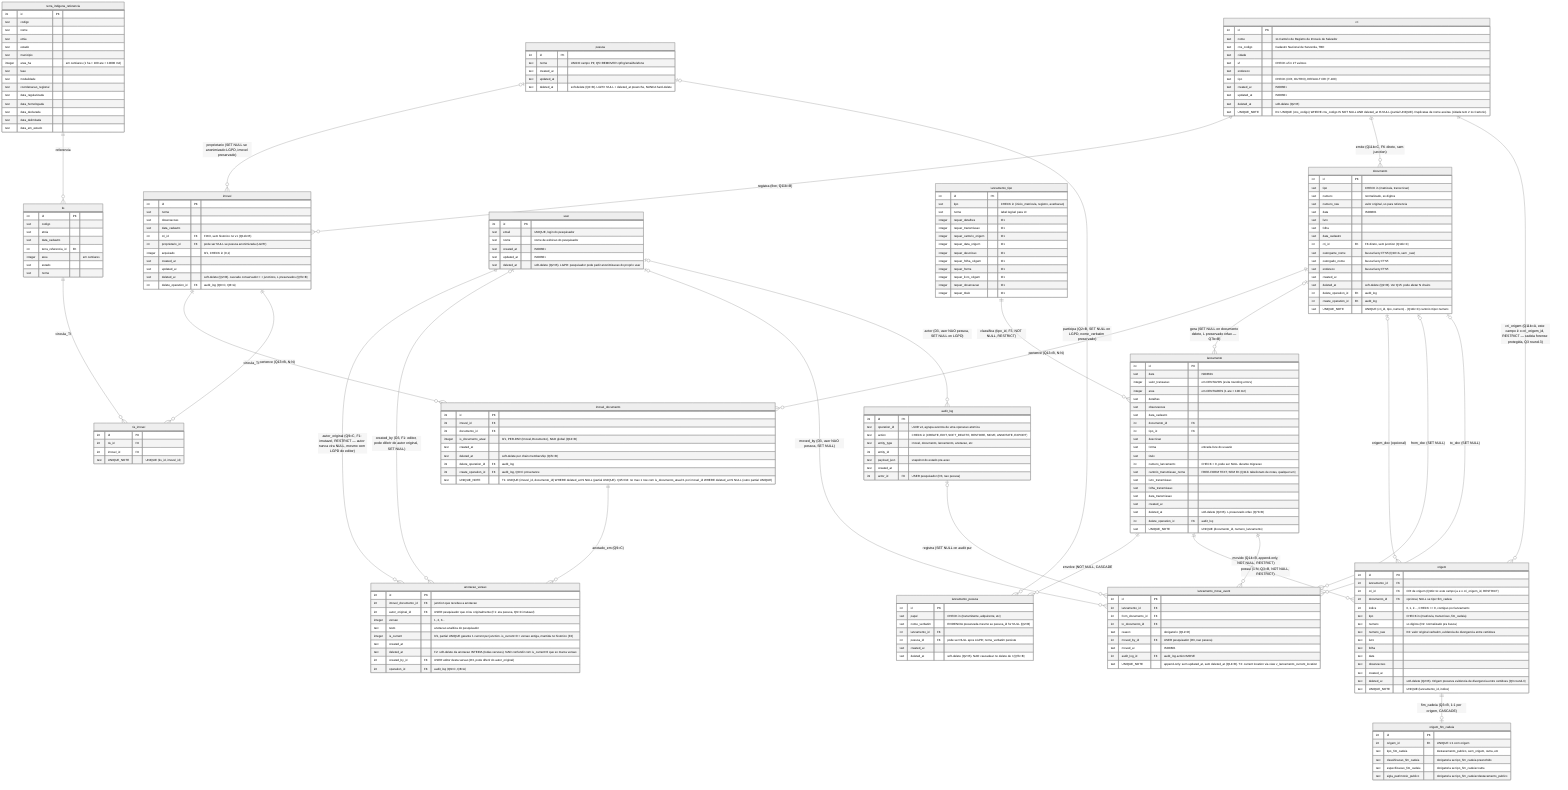
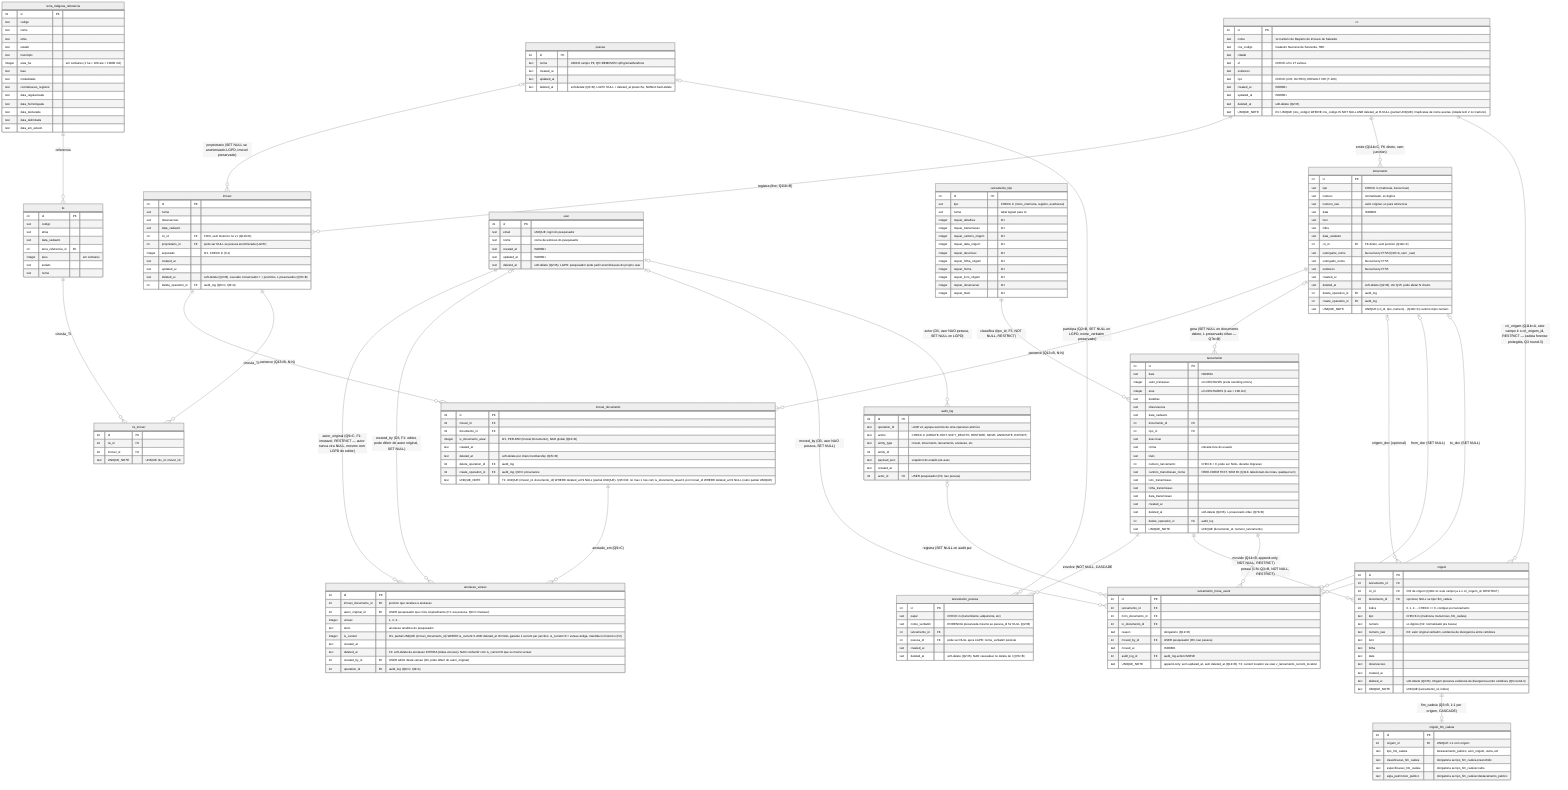
%%{init: {"theme":"neutral","er":{"layoutDirection":"LR","minEntityWidth":180,"minEntityHeight":90,"entityPadding":12},"themeVariables":{"fontSize":"12px"}}}%%
%% ERD v2 — Cadeia Dominial
%% Decisões: ver docs/db/SCHEMA_DECISOES_PENDENTES.md (Q1-Q15, Q11b, D1-D4, T1-T4)
%% Convenções SQLite/D1: TEXT ISO8601 p/ datas, INTEGER 0/1 p/ bool, INTEGER centavos p/ money
%% CHECK constraints vão via migration Drizzle (Mermaid interpreta -- e | em comentários)
%% Soft-delete: deleted_at TEXT NULL em todas as tabelas relevantes (Q2=B)
%% T-100 (2026-06-04): adicionado `cri.tipo` (CHECK CRI/OUTRO) p/ paridade com Django Cartorios
%% ============================================================================
%% ⚠️ T4 — Mermaid NÃO é schema. UNIQUE_NOTE é só documentação visual.
%%    A versão canônica é a Drizzle migration (T-101). Partial UNIQUE indexes
%%    (`WHERE deleted_at IS NULL`), CHECK constraints, FTS5 sync triggers,
%%    e a view v_lancamento_current_location (T2) NÃO aparecem no .mmd —
%%    aplicar via migration Drizzle + SQL DDL.
%% ============================================================================
erDiagram
    cri ||--o{ imovel : "registra (fixo, Q11b=B)"
    cri ||--o{ documento : "emite (Q11b=C, FK direto, sem junction)"
    imovel ||--o{ imovel_documento : "pertence (Q13=B, N:N)"
    documento ||--o{ imovel_documento : "pertence (Q13=B, N:N)"
    imovel_documento ||--o{ anotacao_versao : "anotado_em (Q9=C)"
    user ||--o{ anotacao_versao : "autor_original (Q9=C, F1: imutavel, RESTRICT — autor nunca vira NULL, mesmo com LGPD do editor)"
    user o|--o{ anotacao_versao : "created_by (D3, F1: editor, pode diferir do autor original, SET NULL)"
    user o|--o{ lancamento_move_event : "moved_by (D3, user NAO pessoa, SET NULL)"
    user o|--o{ audit_log : "actor (D3, user NAO pessoa, SET NULL on LGPD)"
    pessoa o|--o{ imovel : "proprietario (SET NULL se anonimizado LGPD, imovel preservado)"
    pessoa o|--o{ lancamento_pessoa : "participa (Q2=B, SET NULL on LGPD, nome_verbatim preservado)"
    lancamento ||--o{ lancamento_pessoa : "envolve (NOT NULL, CASCADE)"
    lancamento_tipo ||--o{ lancamento : "classifica (tipo_id, F3, NOT NULL, RESTRICT)"
    documento o|--o{ lancamento : "gera (SET NULL on documento delete, L preservado orfao — Q7b=B)"
    documento o|--o{ origem : "origem_doc (opcional)"
    lancamento ||--o{ origem : "possui (1:N, Q3=B, NOT NULL, RESTRICT)"
    origem ||--o| origem_fim_cadeia : "fim_cadeia (Q3=B, 1:1 por origem, CASCADE)"
    cri ||--o{ origem : "cri_origem (Q11b=A, este campo é o cri_origem_id, RESTRICT — cadeia forense protegida, Q3 round-3)"
    lancamento ||--o{ lancamento_move_event : "movido (Q14=B, append-only, NOT NULL, RESTRICT)"
    documento o|--o{ lancamento_move_event : "from_doc (SET NULL)"
    documento o|--o{ lancamento_move_event : "to_doc (SET NULL)"
    audit_log o|--o{ lancamento_move_event : "registra (SET NULL on audit purge)"
    imovel ||--o{ tis_imovel : "vincula_TI"
    tis ||--o{ tis_imovel : "vincula_TI"
    terra_indigena_referencia ||--o{ tis : "referencia"

    cri {
        int id PK
        text nome "1o Cartorio de Registro de Imoveis de Salvador"
        text cns_codigo "Cadastro Nacional de Serventia, TBD"
        text cidade
        text uf "CHECK uf in 27 valores"
        text endereco
        text tipo "CHECK (CRI, OUTRO), DEFAULT CRI (T-100)"
        text created_at "ISO8601"
        text updated_at "ISO8601"
        text deleted_at "soft-delete (Q2=B)"
        text UNIQUE_NOTE "D1: UNIQUE (cns_codigo) WHERE cns_codigo IS NOT NULL AND deleted_at IS NULL (partial UNIQUE). Duplicatas de nome aceitas (cidade tem 2 1o Cartorio)."
    }

    user {
        int id PK
        text email "UNIQUE, login do pesquisador"
        text nome "nome de exibicao do pesquisador"
        text created_at "ISO8601"
        text updated_at "ISO8601"
        text deleted_at "soft-delete (Q2=B). LGPD: pesquisador pode pedir anonimizacao do proprio user"
    }

    pessoa {
        int id PK
        text nome "UNICO campo PII; Q5=REMOVER cpf/rg/email/telefone"
        text created_at
        text updated_at
        text deleted_at "soft-delete (Q2=B). LGPD: NULL + deleted_at preenche, NUNCA hard-delete"
    }

    imovel {
        int id PK
        text nome
        text observacoes
        text data_cadastro
        int cri_id FK "FIXO, sem historico no v1 (Q11b=B)"
        int proprietario_id FK "pode ser NULL se pessoa anonimizada (LGPD)"
        integer arquivado "0/1, CHECK in (0,1)"
        text created_at
        text updated_at
        text deleted_at "soft-delete (Q2=B). cascade conservador: I + junctions, L preservados (Q7b=B)"
        int delete_operation_id FK "audit_log (Q9=C, Q8=A)"
    }

    imovel_documento {
        int id PK
        int imovel_id FK
        int documento_id FK
        integer is_documento_atual "0/1, PER-PAR (Imovel,Documento), NAO global (Q13=B)"
        text created_at
        text deleted_at "soft-delete per chain membership (Q7b=B)"
        int delete_operation_id FK "audit_log"
        int create_operation_id FK "audit_log, Q9=C provenance"
        text UNIQUE_NOTE "T1: UNIQUE (imovel_id, documento_id) WHERE deleted_at IS NULL (partial UNIQUE). Q15=D4: no max 1 row com is_documento_atual=1 por imovel_id WHERE deleted_at IS NULL (outro partial UNIQUE)"
    }

    documento {
        int id PK
        text tipo "CHECK in (matricula, transcricao)"
        text numero "normalizado, so digitos"
        text numero_raw "valor original, so para referencia"
        text data "ISO8601"
        text livro
        text folha
        text data_cadastro
        int cri_id FK "FK direto, sem junction (Q11b=C)"
        text outorgante_nome "busca fuzzy FTS5 (Q10=A, sem _raw)"
        text outorgado_nome "busca fuzzy FTS5"
        text endereco "busca fuzzy FTS5"
        text created_at
        text deleted_at "soft-delete (Q2=B). Ver Q15: pode afetar N chains"
        int delete_operation_id FK "audit_log"
        int create_operation_id FK "audit_log"
        text UNIQUE_NOTE "UNIQUE (cri_id, tipo, numero) - (Q11b=C) cartorio+tipo+numero"
    }

    lancamento_tipo {
        int id PK
        text tipo "CHECK in (inicio_matricula, registro, averbacao)"
        text nome "label legivel para UI"
        integer requer_detalhes "0/1"
        integer requer_transmissao "0/1"
        integer requer_cartorio_origem "0/1"
        integer requer_data_origem "0/1"
        integer requer_descricao "0/1"
        integer requer_folha_origem "0/1"
        integer requer_forma "0/1"
        integer requer_livro_origem "0/1"
        integer requer_observacao "0/1"
        integer requer_titulo "0/1"
    }

    lancamento {
        int id PK
        text data "ISO8601"
        integer valor_transacao "em CENTAVOS (evita rounding errors)"
        integer area "em CENTIARES (1 are = 100 m2)"
        text detalhes
        text observacoes
        text data_cadastro
        int documento_id FK
        int tipo_id FK
        text descricao
        text forma "entrada livre do usuario"
        text titulo
        int numero_lancamento "CHECK > 0, pode ser NULL durante migracao"
        text cartorio_transmissao_nome "FREE-FORM TEXT, SEM FK (Q11b: tabelionato de notas, qualquer um)"
        text livro_transmissao
        text folha_transmissao
        text data_transmissao
        text created_at
        text deleted_at "soft-delete (Q2=B). L preservado orfao (Q7b=B)"
        int delete_operation_id FK "audit_log"
        text UNIQUE_NOTE "UNIQUE (documento_id, numero_lancamento)"
    }

    lancamento_pessoa {
        int id PK
        text papel "CHECK in (transmitente, adquirente, etc)"
        text nome_verbatim "EVIDENCIA preservada mesmo se pessoa_id for NULL (Q2=B)"
        int lancamento_id FK
        int pessoa_id FK "pode ser NULL apos LGPD; nome_verbatim persiste"
        text created_at
        text deleted_at "soft-delete (Q2=B). NAO cascadear no delete de I (Q7b=B)"
    }

    origem {
        int id PK
        int lancamento_id FK
        int cri_id FK "CRI de origem (Q11b=A: este campo ja e o cri_origem_id, RESTRICT)"
        int documento_id FK "opcional, NULL se tipo=fim_cadeia"
        int indice "0, 1, 2..., CHECK >= 0, contiguo por lancamento"
        text tipo "CHECK in (matricula, transcricao, fim_cadeia)"
        text numero "so digitos (D2: normalizado pra busca)"
        text numero_raw "D2: valor original verbatim, evidencia de divergencia entre certidoes"
        text livro
        text folha
        text data
        text observacoes
        text created_at
        text deleted_at "soft-delete (Q2=B). Origem preserva evidencia de divergencia entre certidoes (Q3 round-3)"
        text UNIQUE_NOTE "UNIQUE (lancamento_id, indice)"
    }

    origem_fim_cadeia {
        int id PK
        int origem_id FK "UNIQUE 1:1 com origem"
        text tipo_fim_cadeia "destacamento_publico, sem_origem, outra, etc"
        text classificacao_fim_cadeia "obrigatoria se tipo_fim_cadeia preenchido"
        text especificacao_fim_cadeia "obrigatoria se tipo_fim_cadeia=outra"
        text sigla_patrimonio_publico "obrigatoria se tipo_fim_cadeia=destacamento_publico"
    }

    anotacao_versao {
        int id PK
        int imovel_documento_id FK "junction que recebeu a anotacao"
        int autor_original_id FK "USER pesquisador que criou originalmente (F1: era pessoa, Q9=C imutavel)"
        integer versao "1, 2, 3..."
        text texto "anotacao analitica do pesquisador"
-         integer is_current "0/1, partial UNIQUE garante 1 current per junction. is_current=0 = versao antiga, mantida no historico (F2)"
+         integer is_current "0/1, partial UNIQUE (imovel_documento_id) WHERE is_current=1 AND deleted_at IS NULL garante 1 current per junction. is_current=0 = versao antiga, mantida no historico (F2)"
        text created_at
        text deleted_at "F2: soft-delete da anotacao INTEIRA (todas versoes). NAO confundir com is_current=0 que so marca versao"
        int created_by_id FK "USER editor desta versao (D3, pode diferir do autor_original)"
        int operation_id FK "audit_log (Q9=C, Q8=A)"
    }

    lancamento_move_event {
        int id PK
        int lancamento_id FK
        int from_documento_id FK
        int to_documento_id FK
        text reason "obrigatorio (Q12=D)"
        int moved_by_id FK "USER pesquisador (D3, nao pessoa)"
        text moved_at "ISO8601"
        int audit_log_id FK "audit_log.action=MOVE"
        text UNIQUE_NOTE "append-only: sem updated_at, sem deleted_at (Q14=B). T2: current location via view v_lancamento_current_location"
    }

    audit_log {
        int id PK
        text operation_id "UUID v4, agrupa eventos de uma operacao atomica"
        text action "CHECK in (CREATE, EDIT, SOFT_DELETE, RESTORE, MOVE, ANNOTATE, EXPORT)"
        text entity_type "imovel, documento, lancamento, anotacao, etc"
        int entity_id
        text payload_json "snapshot do estado pre-acao"
        text created_at
        int actor_id FK "USER pesquisador (D3, nao pessoa)"
    }

    tis {
        int id PK
        text codigo
        text etnia
        text data_cadastro
        int terra_referencia_id FK
        integer area "em centiares"
        text estado
        text nome
    }

    tis_imovel {
        int id PK
        int tis_id FK
        int imovel_id FK
        text UNIQUE_NOTE "UNIQUE (tis_id, imovel_id)"
    }

    terra_indigena_referencia {
        int id PK
        text codigo
        text nome
        text etnia
        text estado
        text municipio
        integer area_ha "em centiares (1 ha = 100 are = 10000 m2)"
        text fase
        text modalidade
        text coordenacao_regional
        text data_regularizada
        text data_homologada
        text data_declarada
        text data_delimitada
        text data_em_estudo
    }
